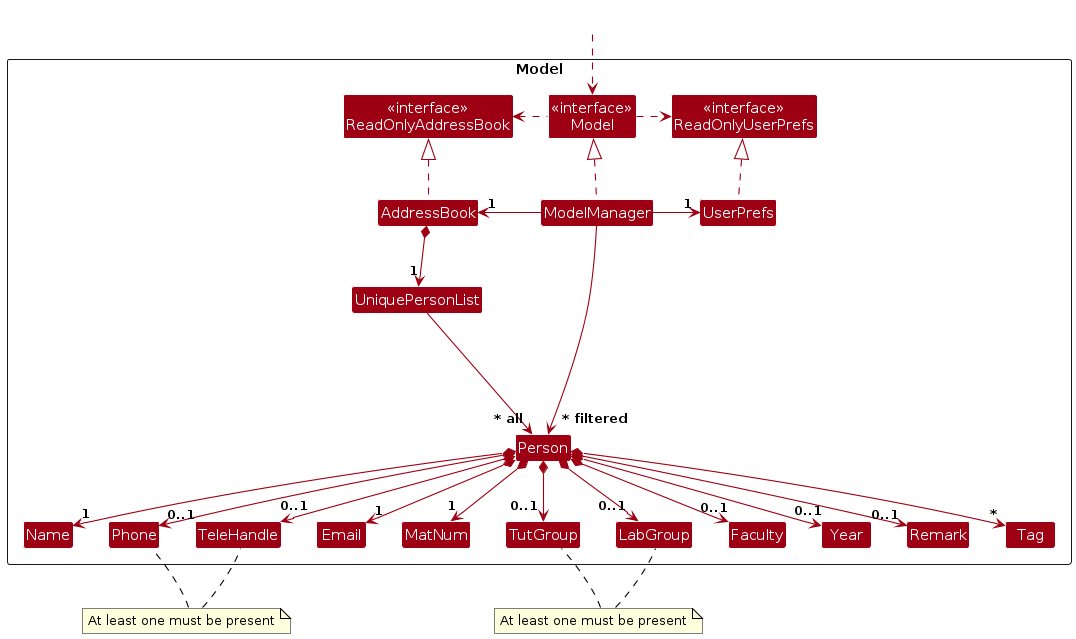
The PlantUML diagram diagrams/ModelClassDiagram.png in AY2425S2-CS2103-F15-4/tp, before a commit. Its source is kept beside it as diagrams/ModelClassDiagram.puml. The source it was exported from:
```plantuml
@startuml
!include style.puml
skinparam arrowThickness 1.1
skinparam arrowColor MODEL_COLOR
skinparam classBackgroundColor MODEL_COLOR

skinparam noteBorderColor black
skinparam noteFontColor black
skinparam noteLinkColor black

Package Model as ModelPackage <<Rectangle>>{
Class "<<interface>>\nReadOnlyAddressBook" as ReadOnlyAddressBook
Class "<<interface>>\nReadOnlyUserPrefs" as ReadOnlyUserPrefs
Class "<<interface>>\nModel" as Model
Class AddressBook
Class ModelManager
Class UserPrefs

Class UniquePersonList
Class Person
Class TeleHandle
Class Email
Class MatNum
Class Year
Class Faculty
Class Remark
Class LabGroup
Class TutGroup
Class Name
Class Phone
Class Tag

Class I #FFFFFF
}

Class HiddenOutside #FFFFFF
HiddenOutside ..> Model

AddressBook .up.|> ReadOnlyAddressBook

ModelManager .up.|> Model
Model .right.> ReadOnlyUserPrefs
Model .left.> ReadOnlyAddressBook
ModelManager -left-> "1" AddressBook
ModelManager -right-> "1" UserPrefs
UserPrefs .up.|> ReadOnlyUserPrefs

AddressBook *--> "1" UniquePersonList
UniquePersonList --> "~* all" Person
Person *--> "1" Name
Person *--> "0..1" Phone
Person *--> "0..1" TeleHandle
Person *--> "1" Email
Person *--> "1" MatNum
Person *--> "0..1" TutGroup
Person *--> "0..1" LabGroup
Person *--> "0..1" Faculty
Person *--> "0..1" Year
Person *--> "0..1" Remark
Person *--> "*" Tag

Person -[hidden]up--> I
UniquePersonList -[hidden]right-> I

Name -[hidden]right-> Phone
Phone -[hidden]right-> TeleHandle
TeleHandle -[hidden]right-> Email
Email -[hidden]right-> MatNum
MatNum -[hidden]right-> TutGroup
TutGroup -[hidden]right-> LabGroup
LabGroup -[hidden]right-> Faculty
Faculty -[hidden]right-> Year
Year -[hidden]right-> Remark
Remark -[hidden]right-> Tag

note "At least one must be present" as PhoneTeleNote
PhoneTeleNote .. Phone #black
PhoneTeleNote .. TeleHandle #black
TeleHandle -[hidden]down-> PhoneTeleNote
Phone -[hidden]down-> PhoneTeleNote

note "At least one must be present" as TutLabNote
TutLabNote .. TutGroup #black
TutLabNote .. LabGroup #black
TutGroup -[hidden]down-> TutLabNote
LabGroup -[hidden]down-> TutLabNote

ModelManager --> "~* filtered" Person
@enduml
```
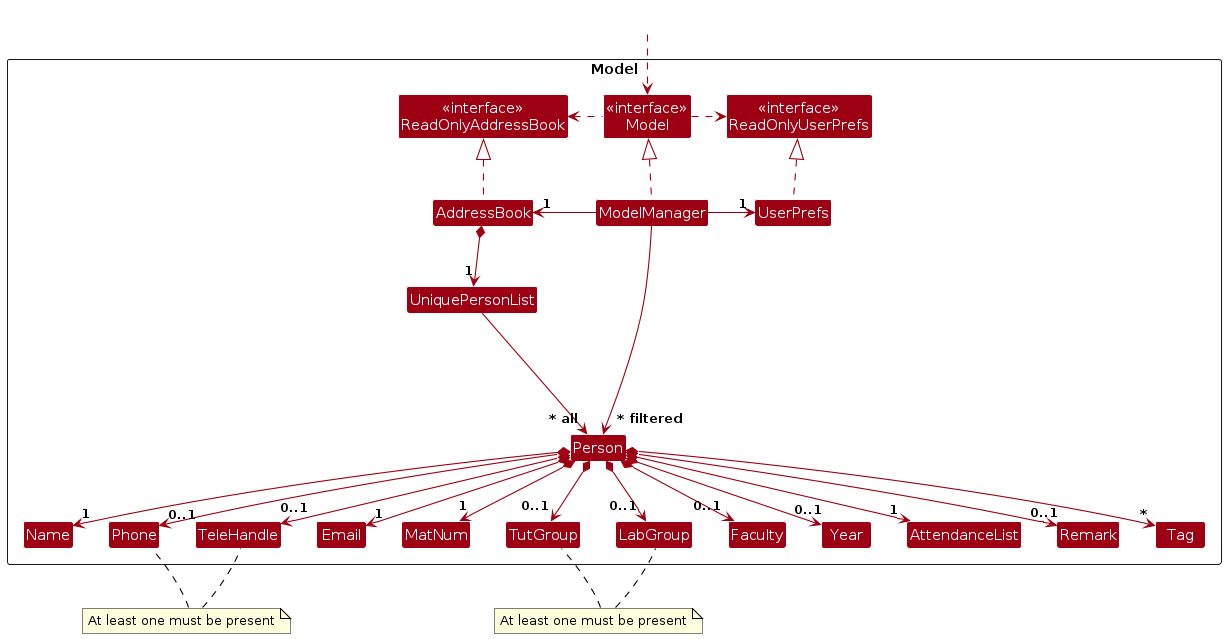
Later version of the same file.

What changed in the source:
```diff
@@ -29,6 +29,7 @@
 Class Name
 Class Phone
 Class Tag
+Class AttendanceList
 
 Class I #FFFFFF
 }
@@ -56,6 +57,7 @@
 Person *--> "0..1" LabGroup
 Person *--> "0..1" Faculty
 Person *--> "0..1" Year
+Person *--> "1" AttendanceList
 Person *--> "0..1" Remark
 Person *--> "*" Tag
 
@@ -70,7 +72,8 @@
 TutGroup -[hidden]right-> LabGroup
 LabGroup -[hidden]right-> Faculty
 Faculty -[hidden]right-> Year
-Year -[hidden]right-> Remark
+Year -[hidden]right-> AttendanceList
+AttendanceList -[hidden]right-> Remark
 Remark -[hidden]right-> Tag
 
 note "At least one must be present" as PhoneTeleNote
```
